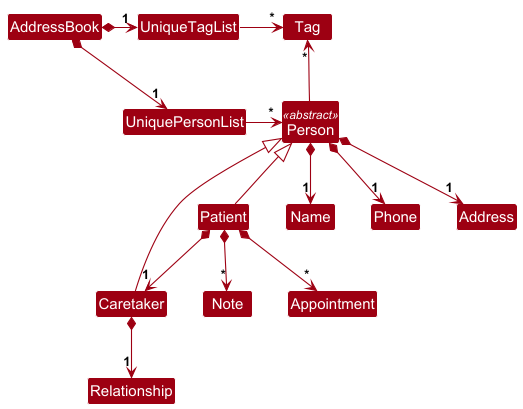
AY2526S1-CS2103T-F14b-2/tp keeps this PlantUML diagram as docs/images/BetterModelClassDiagram.png. Above is the earlier version.
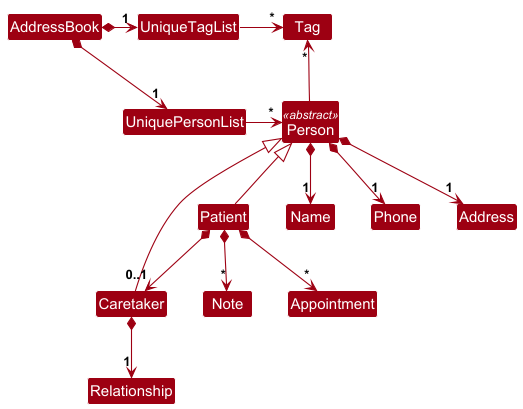
After the change.

Commit message:
Revert Model Diagram changes

What changed in the source:
```diff
@@ -32,7 +32,7 @@
 
 Patient *--> "*" Note
 Patient *--> "*" Appointment
-Patient *--> "1" Caretaker
+Patient *--> "0..1" Caretaker
 
 Caretaker *--> "1" Relationship
 
```
